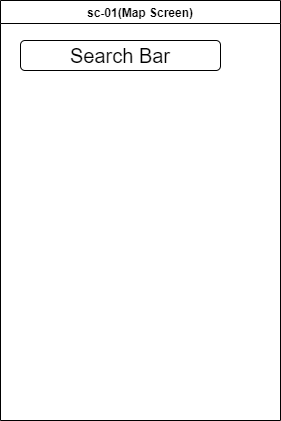
OMEGA-himajin/ask-map keeps this draw.io diagram as documents/diagrams/screens/sc-01.drawio.png. Above is the earlier version. Source tidied: cells renumbered, new cells last; positions are measured from the earlier drawing's top-left corner, leaving out a move shared by most shapes.
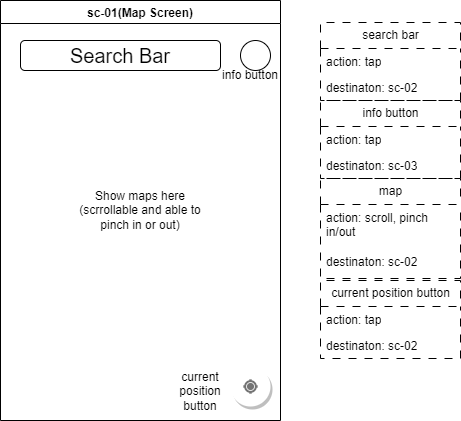
Later version of the same file.

Commit message:
doc: changed sc-01 screen design diagram

The edit, as a diff of the source:
```diff
@@ -8,5 +8,59 @@
     <mxCell id="3" value="Search Bar" style="rounded=1;whiteSpace=wrap;html=1;fontSize=20;" parent="2" vertex="1">
       <mxGeometry x="20" y="40" width="200" height="30" as="geometry" />
     </mxCell>
+    <mxCell id="4" style="ellipse;whiteSpace=wrap;html=1;" parent="2" vertex="1">
+      <mxGeometry x="240" y="40" width="30" height="30" as="geometry" />
+    </mxCell>
+    <mxCell id="5" value="info button" style="text;html=1;strokeColor=none;fillColor=none;align=center;verticalAlign=middle;whiteSpace=wrap;rounded=0;fontColor=#000000;" parent="2" vertex="1">
+      <mxGeometry x="220" y="60" width="60" height="30" as="geometry" />
+    </mxCell>
+    <mxCell id="6" style="shape=ellipse;dashed=0;strokeColor=none;shadow=1;fontSize=13;align=center;verticalAlign=top;labelPosition=center;verticalLabelPosition=bottom;html=1;fontColor=#000000;" parent="2" vertex="1">
+      <mxGeometry x="230" y="366" width="40" height="40" as="geometry" />
+    </mxCell>
+    <mxCell id="7" style="dashed=0;html=1;shape=mxgraph.gmdl.gps;strokeColor=#737373;fillColor=#737373;strokeWidth=2;shadow=0;sketch=0;fontColor=#000000;" parent="6" vertex="1">
+      <mxGeometry x="12.9" y="12.9" width="14.3" height="14.3" as="geometry" />
+    </mxCell>
+    <mxCell id="8" value="current position&lt;br&gt;button" style="text;html=1;strokeColor=none;fillColor=none;align=center;verticalAlign=middle;whiteSpace=wrap;rounded=0;fontColor=#000000;" parent="2" vertex="1">
+      <mxGeometry x="170" y="376" width="60" height="30" as="geometry" />
+    </mxCell>
+    <mxCell id="9" value="Show maps here&lt;br&gt;(scrrollable and able to pinch in or out)" style="text;html=1;strokeColor=none;fillColor=none;align=center;verticalAlign=middle;whiteSpace=wrap;rounded=0;fontColor=#000000;" parent="2" vertex="1">
+      <mxGeometry x="75" y="162.5" width="130" height="95" as="geometry" />
+    </mxCell>
+    <mxCell id="10" value="search bar" style="swimlane;fontStyle=0;horizontal=1;startSize=26;fillColor=none;html=1;dashed=1;dashPattern=8 8;strokeColor=#000000;fontColor=#000000;" parent="1" vertex="1">
+      <mxGeometry x="320" y="22" width="140" height="78" as="geometry" />
+    </mxCell>
+    <mxCell id="11" value="action: tap" style="text;strokeColor=none;fillColor=none;align=left;verticalAlign=top;spacingLeft=4;spacingRight=4;overflow=hidden;whiteSpace=wrap;html=1;dashed=1;dashPattern=8 8;fontColor=#000000;" parent="10" vertex="1">
+      <mxGeometry y="26" width="140" height="26" as="geometry" />
+    </mxCell>
+    <mxCell id="12" value="destinaton: sc-02" style="text;strokeColor=none;fillColor=none;align=left;verticalAlign=top;spacingLeft=4;spacingRight=4;overflow=hidden;whiteSpace=wrap;html=1;dashed=1;dashPattern=8 8;fontColor=#000000;" parent="10" vertex="1">
+      <mxGeometry y="52" width="140" height="26" as="geometry" />
+    </mxCell>
+    <mxCell id="13" value="info button" style="swimlane;fontStyle=0;horizontal=1;startSize=26;fillColor=none;html=1;dashed=1;dashPattern=8 8;strokeColor=#000000;fontColor=#000000;" parent="1" vertex="1">
+      <mxGeometry x="320" y="100" width="140" height="78" as="geometry" />
+    </mxCell>
+    <mxCell id="14" value="action: tap" style="text;strokeColor=none;fillColor=none;align=left;verticalAlign=top;spacingLeft=4;spacingRight=4;overflow=hidden;whiteSpace=wrap;html=1;dashed=1;dashPattern=8 8;fontColor=#000000;" parent="13" vertex="1">
+      <mxGeometry y="26" width="140" height="26" as="geometry" />
+    </mxCell>
+    <mxCell id="15" value="destinaton: sc-03" style="text;strokeColor=none;fillColor=none;align=left;verticalAlign=top;spacingLeft=4;spacingRight=4;overflow=hidden;whiteSpace=wrap;html=1;dashed=1;dashPattern=8 8;fontColor=#000000;" parent="13" vertex="1">
+      <mxGeometry y="52" width="140" height="26" as="geometry" />
+    </mxCell>
+    <mxCell id="16" value="current position button" style="swimlane;fontStyle=0;horizontal=1;startSize=26;fillColor=none;html=1;dashed=1;dashPattern=8 8;strokeColor=#000000;fontColor=#000000;" parent="1" vertex="1">
+      <mxGeometry x="320" y="280" width="140" height="78" as="geometry" />
+    </mxCell>
+    <mxCell id="17" value="action: tap" style="text;strokeColor=none;fillColor=none;align=left;verticalAlign=top;spacingLeft=4;spacingRight=4;overflow=hidden;whiteSpace=wrap;html=1;dashed=1;dashPattern=8 8;fontColor=#000000;" parent="16" vertex="1">
+      <mxGeometry y="26" width="140" height="26" as="geometry" />
+    </mxCell>
+    <mxCell id="18" value="destinaton: sc-02" style="text;strokeColor=none;fillColor=none;align=left;verticalAlign=top;spacingLeft=4;spacingRight=4;overflow=hidden;whiteSpace=wrap;html=1;dashed=1;dashPattern=8 8;fontColor=#000000;" parent="16" vertex="1">
+      <mxGeometry y="52" width="140" height="26" as="geometry" />
+    </mxCell>
+    <mxCell id="19" value="map" style="swimlane;fontStyle=0;horizontal=1;startSize=26;fillColor=none;html=1;dashed=1;dashPattern=8 8;strokeColor=#000000;fontColor=#000000;" parent="1" vertex="1">
+      <mxGeometry x="320" y="178" width="140" height="100" as="geometry" />
+    </mxCell>
+    <mxCell id="20" value="action: scroll, pinch in/out" style="text;strokeColor=none;fillColor=none;align=left;verticalAlign=top;spacingLeft=4;spacingRight=4;overflow=hidden;whiteSpace=wrap;html=1;dashed=1;dashPattern=8 8;fontColor=#000000;" parent="19" vertex="1">
+      <mxGeometry y="26" width="140" height="44" as="geometry" />
+    </mxCell>
+    <mxCell id="21" value="destinaton: sc-02" style="text;strokeColor=none;fillColor=none;align=left;verticalAlign=top;spacingLeft=4;spacingRight=4;overflow=hidden;whiteSpace=wrap;html=1;dashed=1;dashPattern=8 8;fontColor=#000000;" parent="19" vertex="1">
+      <mxGeometry y="70" width="140" height="30" as="geometry" />
+    </mxCell>
   </root>
 </mxGraphModel>
```
